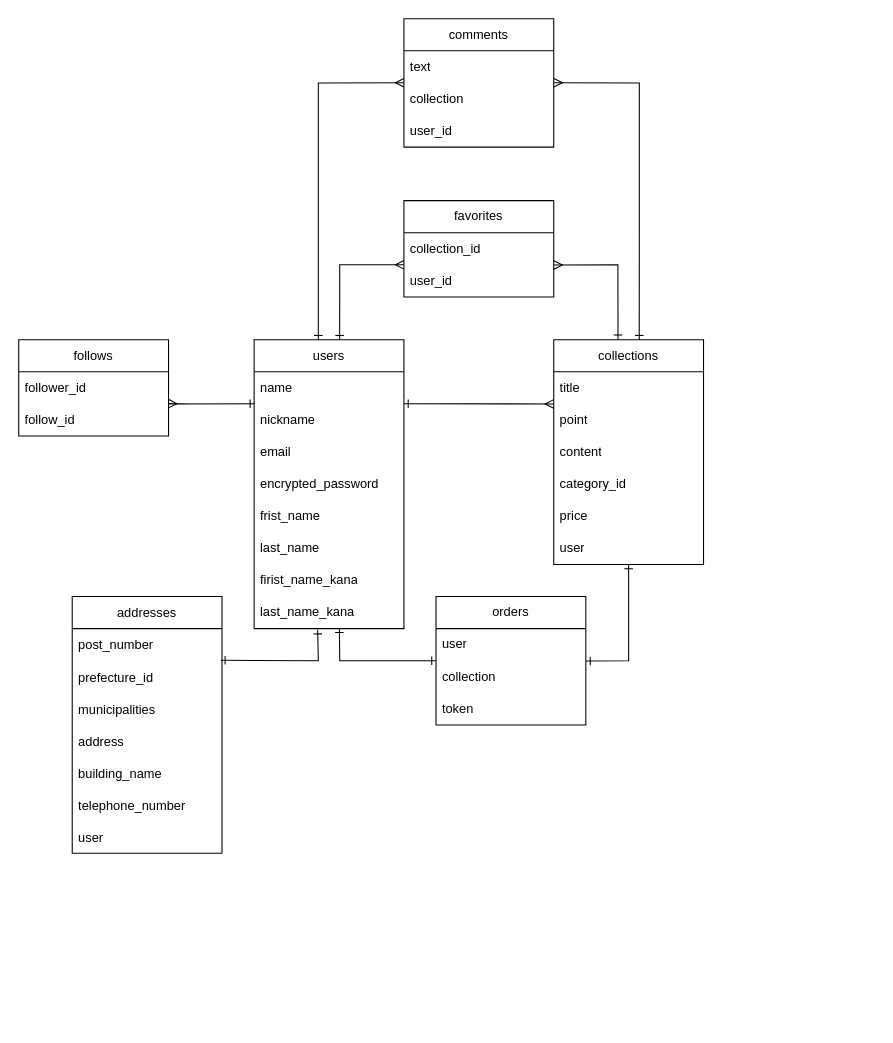
Earlier version of the draw.io diagram sousaku.dio (daizdag/own_works_app). Source tidied: cells renumbered, new cells numbered last; positions are measured from the earlier drawing's top-left corner, leaving out a move shared by most shapes. Both pictures are drawn from the tidied source at 107%, with x=0, y=0 at pixel (18, 18).
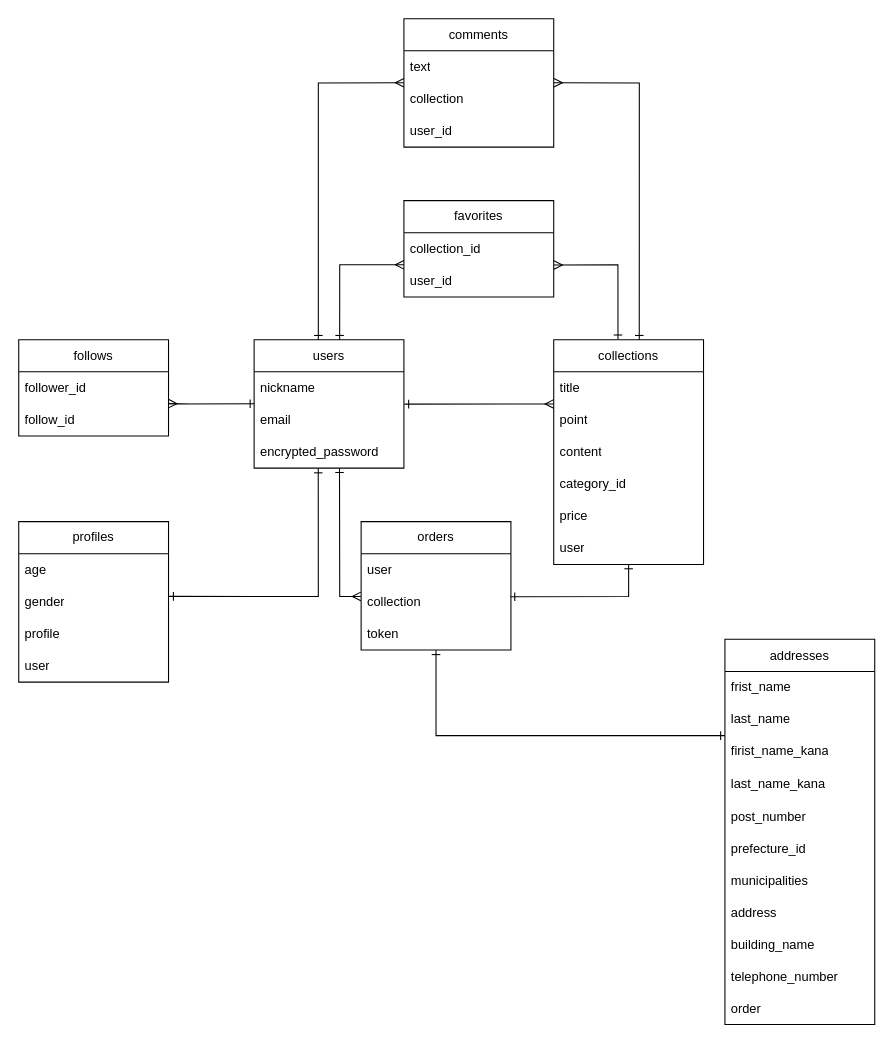
Above is the later version.

Commit message (it also covers changes not shown here):
データベース設計の見直し記述

The change refers to these unchanged cells:
```xml
<mxCell id="8" value="&lt;span style=&quot;&quot;&gt;user&lt;br&gt;&lt;/span&gt;" style="text;strokeColor=none;fillColor=none;align=left;verticalAlign=middle;spacingLeft=4;spacingRight=4;overflow=hidden;points=[[0,0.5],[1,0.5]];portConstraint=eastwest;whiteSpace=wrap;html=1;" parent="2" vertex="1">
  <mxGeometry y="180" width="140" height="30" as="geometry" />
</mxCell>
<mxCell id="32" value="follow_id" style="text;strokeColor=none;fillColor=none;align=left;verticalAlign=middle;spacingLeft=4;spacingRight=4;overflow=hidden;points=[[0,0.5],[1,0.5]];portConstraint=eastwest;whiteSpace=wrap;html=1;" parent="30" vertex="1">
  <mxGeometry y="60" width="140" height="30" as="geometry" />
</mxCell>
<mxCell id="37" value="user" style="text;strokeColor=none;fillColor=none;align=left;verticalAlign=middle;spacingLeft=4;spacingRight=4;overflow=hidden;points=[[0,0.5],[1,0.5]];portConstraint=eastwest;whiteSpace=wrap;html=1;" parent="36" vertex="1">
  <mxGeometry y="30" width="140" height="30" as="geometry" />
</mxCell>
<mxCell id="38" value="collection" style="text;strokeColor=none;fillColor=none;align=left;verticalAlign=middle;spacingLeft=4;spacingRight=4;overflow=hidden;points=[[0,0.5],[1,0.5]];portConstraint=eastwest;whiteSpace=wrap;html=1;" parent="36" vertex="1">
  <mxGeometry y="60" width="140" height="30" as="geometry" />
</mxCell>
<mxCell id="39" value="token" style="text;strokeColor=none;fillColor=none;align=left;verticalAlign=middle;spacingLeft=4;spacingRight=4;overflow=hidden;points=[[0,0.5],[1,0.5]];portConstraint=eastwest;whiteSpace=wrap;html=1;" parent="36" vertex="1">
  <mxGeometry y="90" width="140" height="30" as="geometry" />
</mxCell>
```

The edit, as a diff of the source:
```diff
@@
     <mxCell id="9" value="users" style="swimlane;fontStyle=0;horizontal=1;startSize=30;whiteSpace=wrap;html=1;" parent="1" vertex="1">
-      <mxGeometry x="220" y="300" width="140" height="270" as="geometry" />
+      <mxGeometry x="220" y="300" width="140" height="120" as="geometry" />
     </mxCell>
-    <mxCell id="10" value="name" style="text;strokeColor=none;fillColor=none;align=left;verticalAlign=middle;spacingLeft=4;spacingRight=4;overflow=hidden;points=[[0,0.5],[1,0.5]];portConstraint=eastwest;whiteSpace=wrap;html=1;" parent="9" vertex="1">
-      <mxGeometry y="30" width="140" height="30" as="geometry" />
-    </mxCell>
     <mxCell id="11" value="&lt;span style=&quot;&quot;&gt;nickname&lt;/span&gt;" style="text;strokeColor=none;fillColor=none;align=left;verticalAlign=middle;spacingLeft=4;spacingRight=4;overflow=hidden;points=[[0,0.5],[1,0.5]];portConstraint=eastwest;whiteSpace=wrap;html=1;" parent="9" vertex="1">
-      <mxGeometry y="60" width="140" height="30" as="geometry" />
+      <mxGeometry y="30" width="140" height="30" as="geometry" />
     </mxCell>
     <mxCell id="12" value="email" style="text;strokeColor=none;fillColor=none;align=left;verticalAlign=middle;spacingLeft=4;spacingRight=4;overflow=hidden;points=[[0,0.5],[1,0.5]];portConstraint=eastwest;whiteSpace=wrap;html=1;" parent="9" vertex="1">
-      <mxGeometry y="90" width="140" height="30" as="geometry" />
+      <mxGeometry y="60" width="140" height="30" as="geometry" />
     </mxCell>
     <mxCell id="13" value="&lt;span style=&quot;&quot;&gt;encrypted_password&lt;/span&gt;" style="text;strokeColor=none;fillColor=none;align=left;verticalAlign=middle;spacingLeft=4;spacingRight=4;overflow=hidden;points=[[0,0.5],[1,0.5]];portConstraint=eastwest;whiteSpace=wrap;html=1;" parent="9" vertex="1">
-      <mxGeometry y="120" width="140" height="30" as="geometry" />
+      <mxGeometry y="90" width="140" height="30" as="geometry" />
     </mxCell>
-    <mxCell id="14" value="&lt;span style=&quot;&quot;&gt;frist_name&lt;/span&gt;" style="text;strokeColor=none;fillColor=none;align=left;verticalAlign=middle;spacingLeft=4;spacingRight=4;overflow=hidden;whiteSpace=wrap;html=1;" parent="9" vertex="1">
-      <mxGeometry y="150" width="140" height="30" as="geometry" />
-    </mxCell>
-    <mxCell id="15" value="last_name" style="text;strokeColor=none;fillColor=none;align=left;verticalAlign=middle;spacingLeft=4;spacingRight=4;overflow=hidden;whiteSpace=wrap;html=1;" parent="9" vertex="1">
-      <mxGeometry y="180" width="140" height="30" as="geometry" />
-    </mxCell>
-    <mxCell id="16" value="&lt;span style=&quot;&quot;&gt;firist_name_kana&lt;/span&gt;" style="text;strokeColor=none;fillColor=none;align=left;verticalAlign=middle;spacingLeft=4;spacingRight=4;overflow=hidden;whiteSpace=wrap;html=1;" parent="9" vertex="1">
-      <mxGeometry y="210" width="140" height="30" as="geometry" />
-    </mxCell>
-    <mxCell id="17" value="last_name_kana" style="text;strokeColor=none;fillColor=none;align=left;verticalAlign=middle;spacingLeft=4;spacingRight=4;overflow=hidden;points=[[0,0.5],[1,0.5]];portConstraint=eastwest;whiteSpace=wrap;html=1;" parent="9" vertex="1">
-      <mxGeometry y="240" width="140" height="30" as="geometry" />
-    </mxCell>
-    <mxCell id="18" style="endArrow=ERmany;html=1;endFill=0;startArrow=ERone;startFill=0;exitX=1;exitY=-0.004;exitDx=0;exitDy=0;exitPerimeter=0;" parent="1" edge="1" source="11">
+    <mxCell id="18" style="endArrow=ERmany;html=1;endFill=0;startArrow=ERone;startFill=0;exitX=1.003;exitY=0.006;exitDx=0;exitDy=0;exitPerimeter=0;" parent="1" edge="1" source="12">
       <mxGeometry relative="1" as="geometry">
         <mxPoint x="500" y="360" as="targetPoint" />
       </mxGeometry>
     </mxCell>
@@
-    <mxCell id="23" style="endArrow=ERone;html=1;rounded=0;entryX=0.5;entryY=1.002;entryDx=0;entryDy=0;entryPerimeter=0;endFill=0;startArrow=ERone;startFill=0;exitX=1.001;exitY=0.007;exitDx=0;exitDy=0;exitPerimeter=0;" parent="1" edge="1" source="38" target="8">
+    <mxCell id="23" style="endArrow=ERone;html=1;rounded=0;entryX=0.5;entryY=1.002;entryDx=0;entryDy=0;entryPerimeter=0;endFill=0;startArrow=ERone;startFill=0;exitX=0.997;exitY=0.339;exitDx=0;exitDy=0;exitPerimeter=0;" parent="1" edge="1" source="38" target="8">
       <mxGeometry relative="1" as="geometry">
         <Array as="points">
-          <mxPoint x="570" y="600" />
+          <mxPoint x="570" y="540" />
         </Array>
       </mxGeometry>
     </mxCell>
-    <mxCell id="24" style="endArrow=ERone;html=1;rounded=0;entryX=0.569;entryY=0.986;entryDx=0;entryDy=0;entryPerimeter=0;startArrow=ERone;startFill=0;endFill=0;exitX=0;exitY=1;exitDx=0;exitDy=0;exitPerimeter=0;" parent="1" edge="1" source="37" target="17">
+    <mxCell id="24" style="endArrow=ERone;html=1;rounded=0;entryX=0.57;entryY=1.003;entryDx=0;entryDy=0;entryPerimeter=0;startArrow=ERmany;startFill=0;endFill=0;exitX=-0.002;exitY=0.33;exitDx=0;exitDy=0;exitPerimeter=0;" parent="1" edge="1" source="38" target="13">
       <mxGeometry relative="1" as="geometry">
         <Array as="points">
-          <mxPoint x="300" y="600" />
+          <mxPoint x="300" y="540" />
         </Array>
       </mxGeometry>
     </mxCell>
@@
-    <mxCell id="33" style="endArrow=ERmany;html=1;rounded=0;exitX=0.002;exitY=0.994;exitDx=0;exitDy=0;startArrow=ERone;startFill=0;endFill=0;exitPerimeter=0;entryX=0.999;entryY=-0.01;entryDx=0;entryDy=0;entryPerimeter=0;" parent="1" edge="1" source="10" target="32">
+    <mxCell id="33" style="endArrow=ERmany;html=1;rounded=0;exitX=0.002;exitY=0.994;exitDx=0;exitDy=0;startArrow=ERone;startFill=0;endFill=0;exitPerimeter=0;entryX=0.999;entryY=-0.01;entryDx=0;entryDy=0;entryPerimeter=0;" parent="1" edge="1" target="32">
       <mxGeometry relative="1" as="geometry">
+        <mxPoint x="220.3" y="359.8" as="sourcePoint" />
         <Array as="points">
           <mxPoint x="140" y="360" />
           <mxPoint x="160" y="360" />
         </Array>
       </mxGeometry>
     </mxCell>
@@
     <mxCell id="36" value="orders" style="swimlane;fontStyle=0;horizontal=1;startSize=30;whiteSpace=wrap;html=1;" parent="1" vertex="1">
-      <mxGeometry x="390" y="540" width="140" height="120" as="geometry" />
+      <mxGeometry x="320" y="470" width="140" height="120" as="geometry" />
     </mxCell>
@@
     <mxCell id="40" value="addresses" style="swimlane;fontStyle=0;horizontal=1;startSize=30;" parent="1" vertex="1">
-      <mxGeometry x="50" y="540" width="140" height="240" as="geometry" />
+      <mxGeometry x="660" y="580" width="140" height="360" as="geometry" />
     </mxCell>
+    <mxCell id="14" value="&lt;span style=&quot;&quot;&gt;frist_name&lt;/span&gt;" style="text;strokeColor=none;fillColor=none;align=left;verticalAlign=middle;spacingLeft=4;spacingRight=4;overflow=hidden;whiteSpace=wrap;html=1;" parent="40" vertex="1">
+      <mxGeometry y="30" width="140" height="30" as="geometry" />
+    </mxCell>
+    <mxCell id="15" value="last_name" style="text;strokeColor=none;fillColor=none;align=left;verticalAlign=middle;spacingLeft=4;spacingRight=4;overflow=hidden;whiteSpace=wrap;html=1;" parent="40" vertex="1">
+      <mxGeometry y="60" width="140" height="30" as="geometry" />
+    </mxCell>
+    <mxCell id="16" value="&lt;span style=&quot;&quot;&gt;firist_name_kana&lt;/span&gt;" style="text;strokeColor=none;fillColor=none;align=left;verticalAlign=middle;spacingLeft=4;spacingRight=4;overflow=hidden;whiteSpace=wrap;html=1;" parent="40" vertex="1">
+      <mxGeometry y="90" width="140" height="30" as="geometry" />
+    </mxCell>
+    <mxCell id="17" value="last_name_kana" style="text;strokeColor=none;fillColor=none;align=left;verticalAlign=middle;spacingLeft=4;spacingRight=4;overflow=hidden;points=[[0,0.5],[1,0.5]];portConstraint=eastwest;whiteSpace=wrap;html=1;" parent="40" vertex="1">
+      <mxGeometry y="120" width="140" height="30" as="geometry" />
+    </mxCell>
     <mxCell id="41" value="post_number" style="text;strokeColor=none;fillColor=none;align=left;verticalAlign=middle;spacingLeft=4;spacingRight=4;overflow=hidden;" parent="40" vertex="1">
-      <mxGeometry y="30" width="140" height="30" as="geometry" />
+      <mxGeometry y="150" width="140" height="30" as="geometry" />
     </mxCell>
     <mxCell id="42" value="prefecture_id" style="text;strokeColor=none;fillColor=none;align=left;verticalAlign=middle;spacingLeft=4;spacingRight=4;overflow=hidden;points=[[0,0.5],[1,0.5]];portConstraint=eastwest;" parent="40" vertex="1">
-      <mxGeometry y="60" width="140" height="30" as="geometry" />
+      <mxGeometry y="180" width="140" height="30" as="geometry" />
     </mxCell>
     <mxCell id="43" value="municipalities" style="text;strokeColor=none;fillColor=none;align=left;verticalAlign=middle;spacingLeft=4;spacingRight=4;overflow=hidden;" parent="40" vertex="1">
-      <mxGeometry y="90" width="140" height="30" as="geometry" />
+      <mxGeometry y="210" width="140" height="30" as="geometry" />
     </mxCell>
     <mxCell id="44" value="address" style="text;strokeColor=none;fillColor=none;align=left;verticalAlign=middle;spacingLeft=4;spacingRight=4;overflow=hidden;" parent="40" vertex="1">
-      <mxGeometry y="120" width="140" height="30" as="geometry" />
+      <mxGeometry y="240" width="140" height="30" as="geometry" />
     </mxCell>
     <mxCell id="45" value="building_name" style="text;strokeColor=none;fillColor=none;align=left;verticalAlign=middle;spacingLeft=4;spacingRight=4;overflow=hidden;" parent="40" vertex="1">
-      <mxGeometry y="150" width="140" height="30" as="geometry" />
+      <mxGeometry y="270" width="140" height="30" as="geometry" />
     </mxCell>
     <mxCell id="46" value="telephone_number" style="text;strokeColor=none;fillColor=none;align=left;verticalAlign=middle;spacingLeft=4;spacingRight=4;overflow=hidden;" parent="40" vertex="1">
-      <mxGeometry y="180" width="140" height="30" as="geometry" />
+      <mxGeometry y="300" width="140" height="30" as="geometry" />
     </mxCell>
-    <mxCell id="47" value="user" style="text;strokeColor=none;fillColor=none;align=left;verticalAlign=middle;spacingLeft=4;spacingRight=4;overflow=hidden;" parent="40" vertex="1">
-      <mxGeometry y="210" width="140" height="30" as="geometry" />
+    <mxCell id="47" value="order" style="text;strokeColor=none;fillColor=none;align=left;verticalAlign=middle;spacingLeft=4;spacingRight=4;overflow=hidden;" parent="40" vertex="1">
+      <mxGeometry y="330" width="140" height="30" as="geometry" />
     </mxCell>
-    <mxCell id="48" style="endArrow=ERone;html=1;rounded=0;startArrow=ERone;startFill=0;endFill=0;exitX=0.992;exitY=-0.014;exitDx=0;exitDy=0;entryX=0.424;entryY=1.033;entryDx=0;entryDy=0;entryPerimeter=0;exitPerimeter=0;" parent="1" edge="1" source="42" target="17">
+    <mxCell id="48" style="endArrow=ERone;html=1;rounded=0;startArrow=ERone;startFill=0;endFill=0;entryX=0.5;entryY=1.009;entryDx=0;entryDy=0;entryPerimeter=0;" parent="1" edge="1" target="39">
       <mxGeometry relative="1" as="geometry">
+        <mxPoint x="660" y="670" as="sourcePoint" />
         <Array as="points">
-          <mxPoint x="280" y="600" />
+          <mxPoint x="390" y="670" />
         </Array>
       </mxGeometry>
     </mxCell>
+    <mxCell id="49" value="profiles" style="swimlane;fontStyle=0;horizontal=1;startSize=30;whiteSpace=wrap;html=1;" parent="1" vertex="1">
+      <mxGeometry y="470" width="140" height="150" as="geometry" />
+    </mxCell>
+    <mxCell id="50" value="age" style="text;strokeColor=none;fillColor=none;align=left;verticalAlign=middle;spacingLeft=4;spacingRight=4;overflow=hidden;whiteSpace=wrap;html=1;" parent="49" vertex="1">
+      <mxGeometry y="30" width="140" height="30" as="geometry" />
+    </mxCell>
+    <mxCell id="51" value="gender" style="text;strokeColor=none;fillColor=none;align=left;verticalAlign=middle;spacingLeft=4;spacingRight=4;overflow=hidden;points=[[0,0.5],[1,0.5]];portConstraint=eastwest;whiteSpace=wrap;html=1;" parent="49" vertex="1">
+      <mxGeometry y="60" width="140" height="30" as="geometry" />
+    </mxCell>
+    <mxCell id="52" value="profile" style="text;strokeColor=none;fillColor=none;align=left;verticalAlign=middle;spacingLeft=4;spacingRight=4;overflow=hidden;whiteSpace=wrap;html=1;" parent="49" vertex="1">
+      <mxGeometry y="90" width="140" height="30" as="geometry" />
+    </mxCell>
+    <mxCell id="53" value="user" style="text;strokeColor=none;fillColor=none;align=left;verticalAlign=middle;spacingLeft=4;spacingRight=4;overflow=hidden;whiteSpace=wrap;html=1;" parent="49" vertex="1">
+      <mxGeometry y="120" width="140" height="30" as="geometry" />
+    </mxCell>
+    <mxCell id="54" style="endArrow=ERone;html=1;entryX=1.004;entryY=0.328;entryDx=0;entryDy=0;entryPerimeter=0;exitX=0.428;exitY=1.014;exitDx=0;exitDy=0;exitPerimeter=0;rounded=0;endFill=0;startArrow=ERone;startFill=0;" parent="1" edge="1" source="13" target="51">
+      <mxGeometry relative="1" as="geometry">
+        <Array as="points">
+          <mxPoint x="280" y="540" />
+        </Array>
+      </mxGeometry>
+    </mxCell>
```
